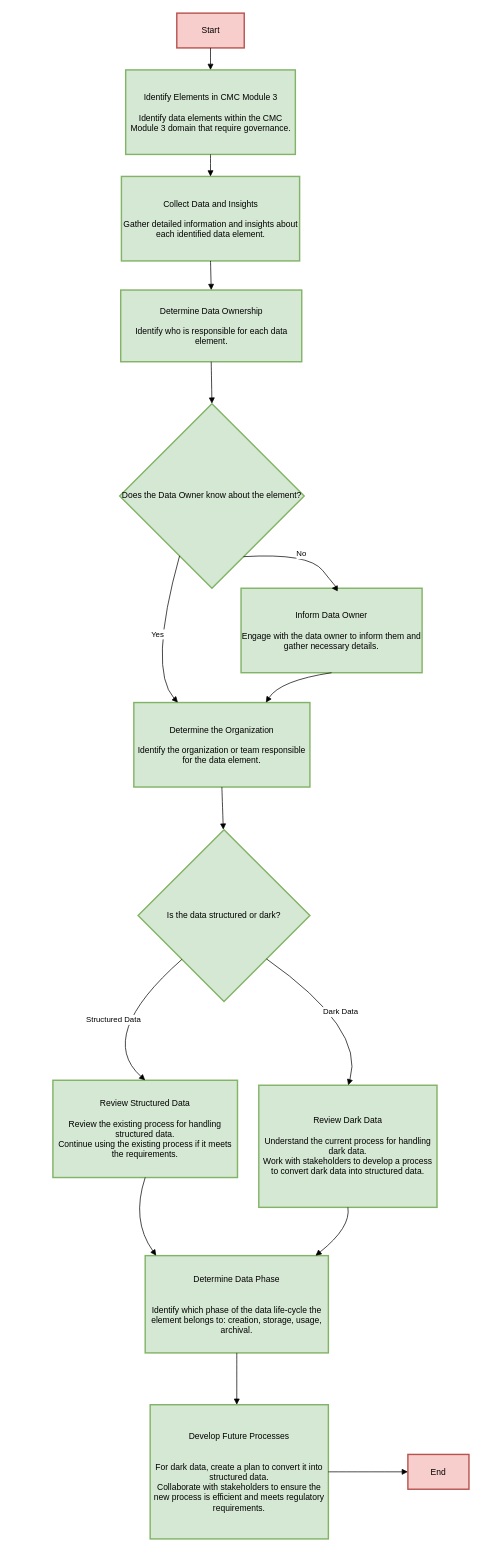
pavanaj007/pavanaj0071 keeps this draw.io diagram as page "Page-1" (1 of 2) of Untitled Diagram1.drawio. Above is the earlier version. Source tidied: cells renumbered, new cells numbered last; positions are measured from the earlier drawing's top-left corner, leaving out a move shared by most shapes. Both pictures are drawn from the tidied source at 71%, with x=0, y=0 at pixel (53, 13).
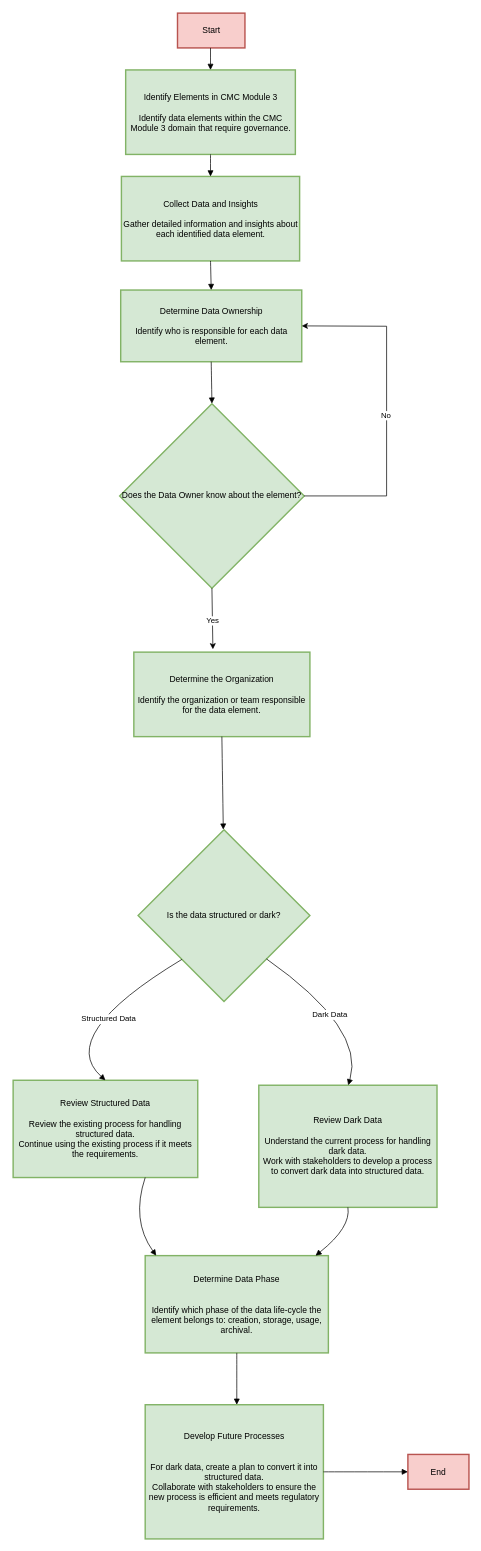
Above is the later version.

The change refers to these unchanged cells:
```xml
<mxCell id="3" value="Identify Elements in CMC Module 3&#10;&#10;Identify data elements within the CMC Module 3 domain that require governance." style="whiteSpace=wrap;strokeWidth=2;fillColor=#d5e8d4;strokeColor=#82b366;" parent="1" vertex="1">
  <mxGeometry x="102.5" y="80" width="239" height="119" as="geometry" />
</mxCell>
<mxCell id="5" value="Determine Data Ownership&#10;&#10;Identify who is responsible for each data element." style="whiteSpace=wrap;strokeWidth=2;fillColor=#d5e8d4;strokeColor=#82b366;" parent="1" vertex="1">
  <mxGeometry x="95.5" y="390" width="255" height="101" as="geometry" />
</mxCell>
<mxCell id="6" value="Does the Data Owner know about the element?" style="rhombus;strokeWidth=2;whiteSpace=wrap;fillColor=#d5e8d4;strokeColor=#82b366;" parent="1" vertex="1">
  <mxGeometry x="94" y="550" width="260" height="260" as="geometry" />
</mxCell>
<mxCell id="9" value="Is the data structured or dark?" style="rhombus;strokeWidth=2;whiteSpace=wrap;fillColor=#d5e8d4;strokeColor=#82b366;" parent="1" vertex="1">
  <mxGeometry x="120" y="1150" width="242" height="242" as="geometry" />
</mxCell>
<mxCell id="11" value="Review Dark Data&#10;&#10;Understand the current process for handling dark data.&#10;Work with stakeholders to develop a process to convert dark data into structured data." style="whiteSpace=wrap;strokeWidth=2;fillColor=#d5e8d4;strokeColor=#82b366;" parent="1" vertex="1">
  <mxGeometry x="290" y="1510" width="251" height="172" as="geometry" />
</mxCell>
<mxCell id="12" value="Determine Data Phase&#10;&#10;&#10;Identify which phase of the data life-cycle the element belongs to: creation, storage, usage, archival." style="whiteSpace=wrap;strokeWidth=2;fillColor=#d5e8d4;strokeColor=#82b366;" parent="1" vertex="1">
  <mxGeometry x="130" y="1750" width="258" height="137" as="geometry" />
</mxCell>
```

Change to the diagram source:
```diff
@@
     <mxCell id="2" value="Start" style="whiteSpace=wrap;strokeWidth=2;fillColor=#f8cecc;strokeColor=#b85450;" parent="1" vertex="1">
-      <mxGeometry x="174.5" width="95" height="49" as="geometry" />
+      <mxGeometry x="175.5" width="95" height="49" as="geometry" />
     </mxCell>
@@
     <mxCell id="7" value="Determine the Organization&#10;&#10;Identify the organization or team responsible for the data element." style="whiteSpace=wrap;strokeWidth=2;fillColor=#d5e8d4;strokeColor=#82b366;" parent="1" vertex="1">
-      <mxGeometry x="114" y="971" width="248" height="119" as="geometry" />
+      <mxGeometry x="114" y="900" width="248" height="119" as="geometry" />
     </mxCell>
-    <mxCell id="8" value="Inform Data Owner&#10;&#10;Engage with the data owner to inform them and gather necessary details." style="whiteSpace=wrap;strokeWidth=2;fillColor=#d5e8d4;strokeColor=#82b366;" parent="1" vertex="1">
-      <mxGeometry x="265" y="810" width="255" height="119" as="geometry" />
-    </mxCell>
@@
     <mxCell id="10" value="Review Structured Data&#10;&#10;Review the existing process for handling structured data.&#10;Continue using the existing process if it meets the requirements." style="whiteSpace=wrap;strokeWidth=2;fillColor=#d5e8d4;strokeColor=#82b366;" parent="1" vertex="1">
-      <mxGeometry y="1503" width="260" height="137" as="geometry" />
+      <mxGeometry x="-56" y="1503" width="260" height="137" as="geometry" />
     </mxCell>
@@
     <mxCell id="13" value="Develop Future Processes&#10;&#10;&#10;For dark data, create a plan to convert it into structured data.&#10;Collaborate with stakeholders to ensure the new process is efficient and meets regulatory requirements." style="whiteSpace=wrap;strokeWidth=2;fillColor=#d5e8d4;strokeColor=#82b366;" parent="1" vertex="1">
-      <mxGeometry x="137" y="1960" width="251" height="189" as="geometry" />
+      <mxGeometry x="130" y="1960" width="251" height="189" as="geometry" />
     </mxCell>
@@
-    <mxCell id="15" style="curved=1;startArrow=none;endArrow=block;exitX=0.5;exitY=0.99;entryX=0.5;entryY=0;rounded=0;" parent="1" edge="1" source="2" target="3">
-      <mxGeometry relative="1" as="geometry" />
+    <mxCell id="15" style="curved=1;startArrow=none;endArrow=block;exitX=0.5;exitY=0.99;entryX=0.5;entryY=0;rounded=0;" parent="1" edge="1" target="3">
+      <mxGeometry relative="1" as="geometry">
+        <mxPoint x="222" y="49" as="sourcePoint" />
+      </mxGeometry>
     </mxCell>
@@
-    <mxCell id="19" value="Yes" style="curved=1;startArrow=none;endArrow=block;exitX=0.23;exitY=1;entryX=0.25;entryY=0;rounded=0;" parent="1" edge="1" source="6" target="7">
-      <mxGeometry relative="1" as="geometry">
-        <Array as="points">
-          <mxPoint x="134" y="924" />
-        </Array>
-      </mxGeometry>
-    </mxCell>
-    <mxCell id="20" value="No" style="curved=1;startArrow=none;endArrow=block;exitX=0.76;exitY=1;entryX=0.5;entryY=0;rounded=0;" parent="1" edge="1" source="6" target="8">
-      <mxGeometry relative="1" as="geometry">
-        <Array as="points">
-          <mxPoint x="360" y="760" />
-          <mxPoint x="400" y="810" />
-        </Array>
-      </mxGeometry>
-    </mxCell>
-    <mxCell id="21" style="curved=1;startArrow=none;endArrow=block;exitX=0.5;exitY=1;entryX=0.75;entryY=0;rounded=0;" parent="1" edge="1" source="8" target="7">
-      <mxGeometry relative="1" as="geometry">
-        <Array as="points">
-          <mxPoint x="320" y="940" />
-        </Array>
-      </mxGeometry>
-    </mxCell>
@@
     <mxCell id="23" value="Structured Data" style="curved=1;startArrow=none;endArrow=block;exitX=0.02;exitY=1;entryX=0.5;entryY=0;rounded=0;" parent="1" edge="1" source="9" target="10">
-      <mxGeometry relative="1" as="geometry">
+      <mxGeometry x="-0.13" y="18" relative="1" as="geometry">
         <Array as="points">
-          <mxPoint x="60" y="1440" />
+          <mxPoint x="4" y="1440" />
         </Array>
       </mxGeometry>
     </mxCell>
     <mxCell id="24" value="Dark Data" style="curved=1;startArrow=none;endArrow=block;exitX=0.99;exitY=1;entryX=0.5;entryY=0;rounded=0;" parent="1" edge="1" source="9" target="11">
-      <mxGeometry x="0.01" relative="1" as="geometry">
+      <mxGeometry x="-0.07" y="-12" relative="1" as="geometry">
         <Array as="points">
           <mxPoint x="440" y="1430" />
           <mxPoint x="416" y="1510" />
         </Array>
       </mxGeometry>
     </mxCell>
-    <mxCell id="25" style="curved=1;startArrow=none;endArrow=block;exitX=0.5;exitY=1;entryX=0.06;entryY=0;rounded=0;" parent="1" edge="1" source="10" target="12">
+    <mxCell id="25" style="curved=1;startArrow=none;endArrow=block;exitX=0.5;exitY=1;entryX=0.06;entryY=0;rounded=0;" parent="1" edge="1" target="12">
       <mxGeometry relative="1" as="geometry">
+        <mxPoint x="130" y="1640" as="sourcePoint" />
         <Array as="points">
           <mxPoint x="110" y="1700" />
         </Array>
       </mxGeometry>
     </mxCell>
@@
+    <mxCell id="29" style="endArrow=classic;html=1;rounded=0;exitX=0.5;exitY=1;exitDx=0;exitDy=0;entryX=0.449;entryY=-0.034;entryDx=0;entryDy=0;entryPerimeter=0;" parent="1" edge="1" source="6" target="7">
+      <mxGeometry relative="1" as="geometry" />
+    </mxCell>
+    <mxCell id="19" value="Yes" style="edgeLabel;html=1;align=center;verticalAlign=middle;" parent="29" vertex="1">
+      <mxGeometry x="0.04" relative="1" as="geometry">
+        <mxPoint y="1" as="offset" />
+      </mxGeometry>
+    </mxCell>
+    <mxCell id="30" style="endArrow=classic;html=1;rounded=0;exitX=1;exitY=0.5;exitDx=0;exitDy=0;entryX=1;entryY=0.5;entryDx=0;entryDy=0;" parent="1" edge="1" source="6" target="5">
+      <mxGeometry relative="1" as="geometry">
+        <Array as="points">
+          <mxPoint x="470" y="680" />
+          <mxPoint x="470" y="441" />
+        </Array>
+      </mxGeometry>
+    </mxCell>
+    <mxCell id="20" value="No" style="edgeLabel;html=1;align=center;verticalAlign=middle;" parent="30" vertex="1">
+      <mxGeometry x="-0.03" y="2" relative="1" as="geometry" />
+    </mxCell>
```
